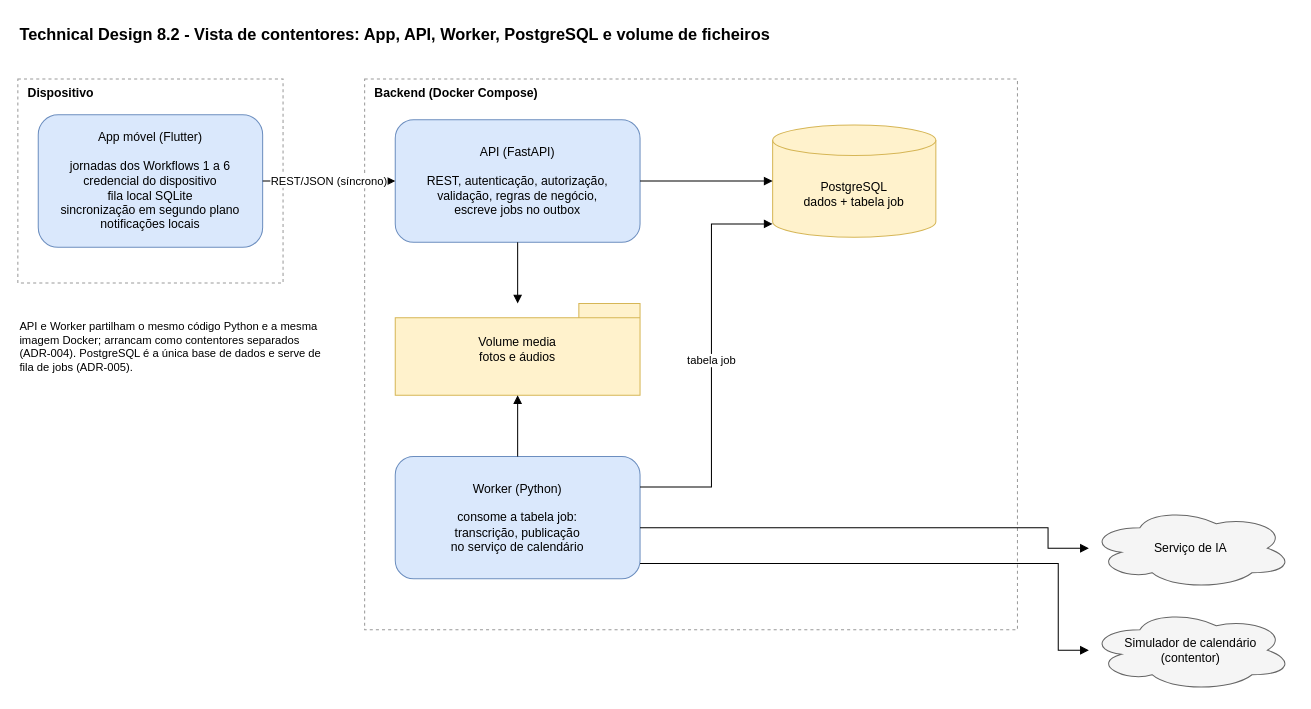
Earlier version of the draw.io diagram page "2. Vista de contentores" (2 of 5) of docs/sprintA/technical-design.drawio (LMNSdev/LABDSOF_DOMUSCAST). Source tidied: cells renumbered, new cells numbered last; positions are measured from the earlier drawing's top-left corner, leaving out a move shared by most shapes. Both pictures are drawn from the tidied source at 102%, with x=0, y=0 at pixel (17, 17).
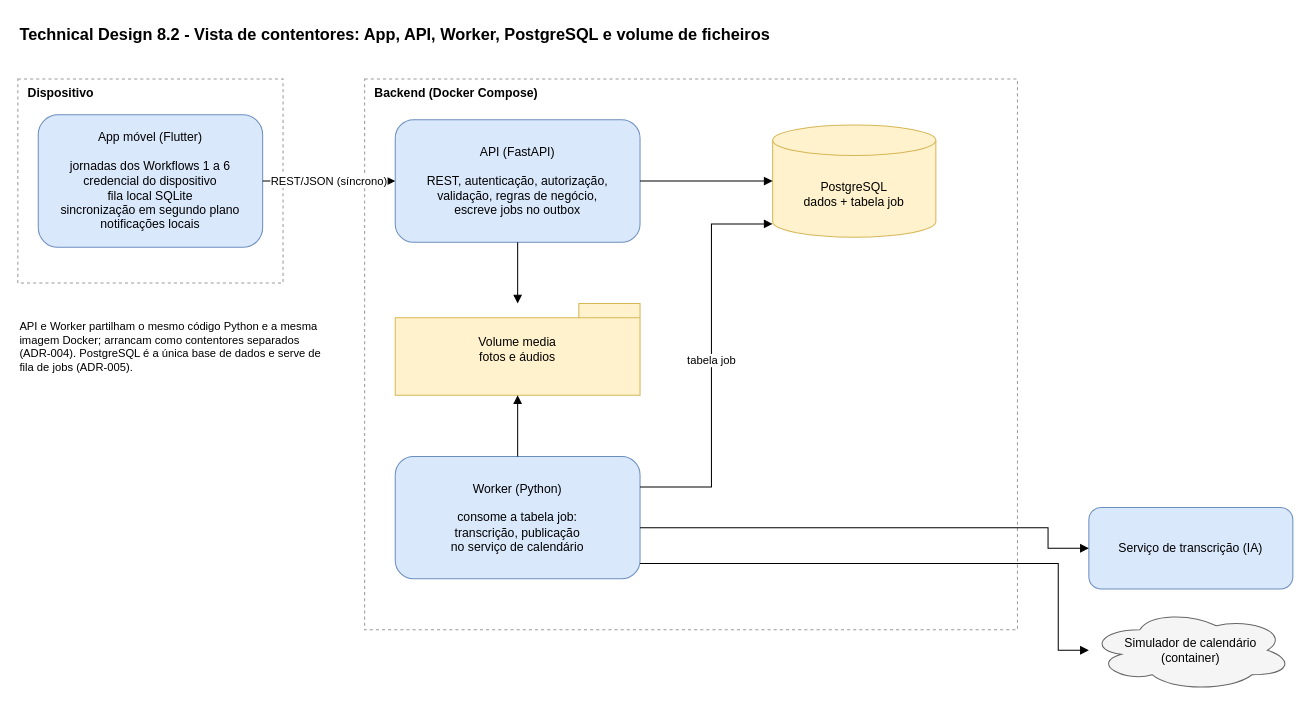
Above is the later version.

Commit message (it also covers changes not shown here):
[#30] - serviço externo

Diff of the diagram source:
```diff
@@
-    <mxCell id="10" value="Serviço de IA" style="ellipse;shape=cloud;whiteSpace=wrap;html=1;fillColor=#f5f5f5;strokeColor=#666666;" parent="1" vertex="1">
+    <mxCell id="10" value="Serviço de transcrição (IA)" style="rounded=1;whiteSpace=wrap;html=1;fillColor=#dae8fc;strokeColor=#6c8ebf;" parent="1" vertex="1">
       <mxGeometry x="1050" y="480" width="200" height="80" as="geometry" />
     </mxCell>
-    <mxCell id="11" value="Simulador de calendário&lt;br&gt;(contentor)" style="ellipse;shape=cloud;whiteSpace=wrap;html=1;fillColor=#f5f5f5;strokeColor=#666666;" parent="1" vertex="1">
+    <mxCell id="11" value="Simulador de calendário&lt;br&gt;(container)" style="ellipse;shape=cloud;whiteSpace=wrap;html=1;fillColor=#f5f5f5;strokeColor=#666666;" parent="1" vertex="1">
       <mxGeometry x="1050" y="580" width="200" height="80" as="geometry" />
     </mxCell>
```
